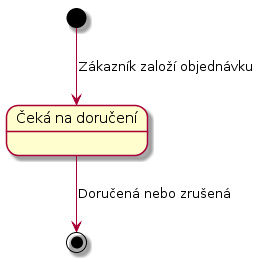
This is docs/diagrams/out/states-order.png from Internet-Handel/postman, a PlantUML export, as it was before one commit.
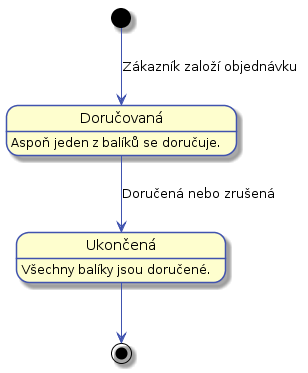
Later version of the same file.

What changed in the source:
```diff
@@ -1,6 +1,24 @@
 @startuml
-state "Čeká na doručení" as cekaNaDoruceni
+
+skinparam state {
+    BorderColor #4053AF
+    ArrowColor #4053AF
+    FontName Roboto
+}
+
+skinparam activityDiamond {
+    BorderColor #4053AF
+    ArrowColor #4053AF
+    FontName Roboto
+}
+
+state "Doručovaná" as cekaNaDoruceni
+cekaNaDoruceni: Aspoň jeden z balíků se doručuje.
+
+state "Ukončená" as closed
+closed: Všechny balíky jsou doručené.
 
 [*] --> cekaNaDoruceni : Zákazník založí objednávku
-cekaNaDoruceni --> [*] : Doručená nebo zrušená
+cekaNaDoruceni --> closed : Doručená nebo zrušená
+closed --> [*]
 @enduml
```
